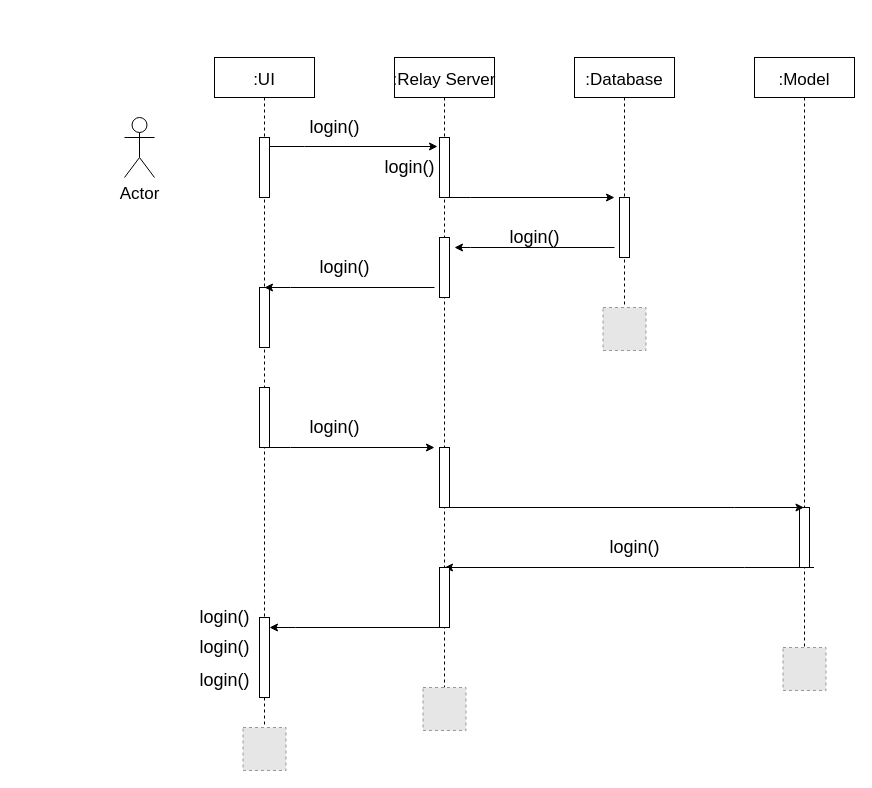
Above: sequence_diagram.drawio in chauchausoup/major_diagrams (draw.io), before the change. Source tidied: cells renumbered, new cells numbered last; positions are measured from the earlier drawing's top-left corner, leaving out a move shared by most shapes. Both pictures are drawn from the tidied source at 100%, with x=0, y=0 at pixel (124, 57). Pictures stored in the file or linked from it are replaced by grey dashed boxes.
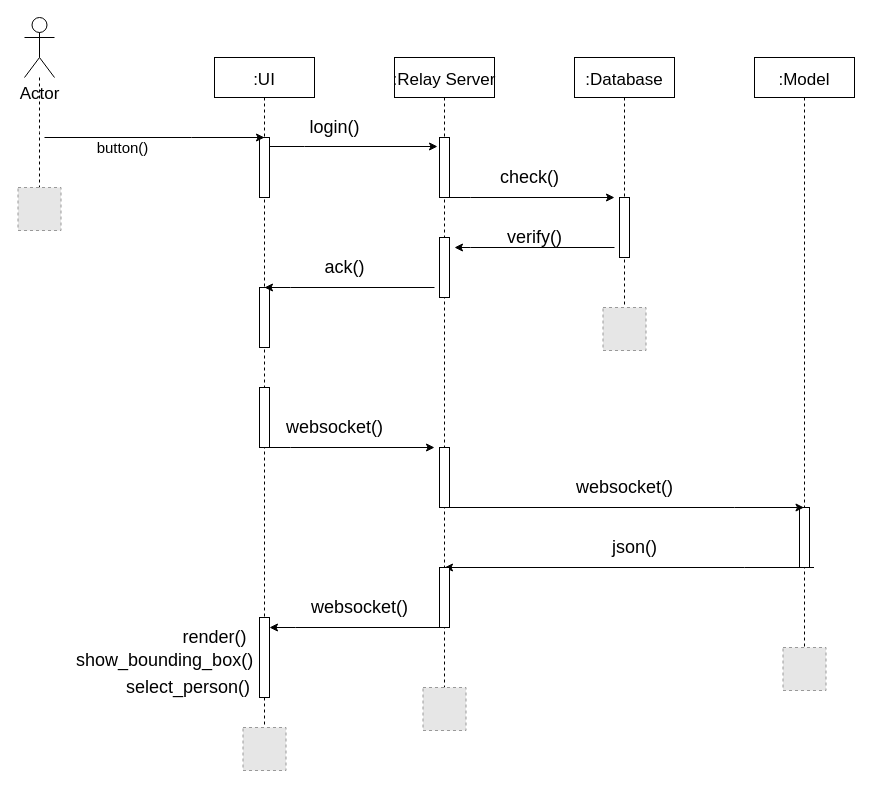
After the change.

The change refers to these unchanged cells:
```xml
<mxCell id="7" value=":Relay Server" style="shape=umlLifeline;perimeter=lifelinePerimeter;rounded=0;shadow=0;strokeWidth=1;fontSize=17;" parent="1" vertex="1">
  <mxGeometry x="270" width="100" height="630" as="geometry" />
</mxCell>
```

The edit, as a diff of the source:
```diff
@@
-    <mxCell id="11" value="&lt;font style=&quot;font-size: 18px&quot;&gt;login()&lt;/font&gt;" style="text;html=1;align=center;verticalAlign=middle;fontSize=15;" parent="7" vertex="1">
-      <mxGeometry x="-15" y="100" width="60" height="20" as="geometry" />
-    </mxCell>
@@
+    <mxCell id="38" style="edgeStyle=orthogonalEdgeStyle;rounded=0;jettySize=auto;html=1;startArrow=none;startFill=0;endArrow=none;endFill=0;strokeWidth=1;fontSize=15;dashed=1;" parent="1" edge="1" source="16">
+      <mxGeometry relative="1" as="geometry">
+        <mxPoint x="-85" y="130" as="targetPoint" />
+      </mxGeometry>
+    </mxCell>
     <mxCell id="16" value="Actor" style="shape=umlActor;verticalLabelPosition=bottom;verticalAlign=top;html=1;outlineConnect=0;strokeWidth=1;fontSize=17;" parent="1" vertex="1">
-      <mxGeometry y="60" width="30" height="60" as="geometry" />
+      <mxGeometry x="-100" y="-40" width="30" height="60" as="geometry" />
     </mxCell>
@@
-    <mxCell id="31" value="&lt;font style=&quot;font-size: 18px&quot;&gt;login()&lt;/font&gt;" style="text;html=1;align=center;verticalAlign=middle;fontSize=15;" parent="1" vertex="1">
+    <mxCell id="31" value="&lt;font style=&quot;font-size: 18px&quot;&gt;json()&lt;/font&gt;" style="text;html=1;align=center;verticalAlign=middle;fontSize=15;" parent="1" vertex="1">
       <mxGeometry x="480" y="480" width="60" height="20" as="geometry" />
     </mxCell>
-    <mxCell id="32" value="&lt;font style=&quot;font-size: 18px&quot;&gt;login()&lt;/font&gt;" style="text;html=1;align=center;verticalAlign=middle;fontSize=15;" parent="1" vertex="1">
-      <mxGeometry x="180" y="360" width="60" height="20" as="geometry" />
+    <mxCell id="32" value="&lt;font style=&quot;font-size: 18px&quot;&gt;websocket()&lt;/font&gt;" style="text;html=1;align=center;verticalAlign=middle;fontSize=15;" parent="1" vertex="1">
+      <mxGeometry x="155" y="360" width="110" height="20" as="geometry" />
     </mxCell>
-    <mxCell id="33" value="&lt;font style=&quot;font-size: 18px&quot;&gt;login()&lt;/font&gt;" style="text;html=1;align=center;verticalAlign=middle;fontSize=15;" parent="1" vertex="1">
+    <mxCell id="33" value="&lt;font style=&quot;font-size: 18px&quot;&gt;ack()&lt;/font&gt;" style="text;html=1;align=center;verticalAlign=middle;fontSize=15;" parent="1" vertex="1">
       <mxGeometry x="190" y="200" width="60" height="20" as="geometry" />
     </mxCell>
-    <mxCell id="34" value="&lt;font style=&quot;font-size: 18px&quot;&gt;login()&lt;/font&gt;" style="text;html=1;align=center;verticalAlign=middle;fontSize=15;" parent="1" vertex="1">
-      <mxGeometry x="380" y="170" width="60" height="20" as="geometry" />
+    <mxCell id="34" value="&lt;font style=&quot;font-size: 18px&quot;&gt;verify()&lt;/font&gt;" style="text;html=1;align=center;verticalAlign=middle;fontSize=15;" parent="1" vertex="1">
+      <mxGeometry x="375" y="170" width="70" height="20" as="geometry" />
     </mxCell>
-    <mxCell id="35" value="&lt;font style=&quot;font-size: 18px&quot;&gt;login()&lt;/font&gt;" style="text;html=1;align=center;verticalAlign=middle;fontSize=15;" parent="1" vertex="1">
-      <mxGeometry x="70" y="613" width="60" height="20" as="geometry" />
+    <mxCell id="35" value="&lt;font style=&quot;font-size: 18px&quot;&gt;select_person()&lt;/font&gt;" style="text;html=1;align=left;verticalAlign=middle;fontSize=15;" parent="1" vertex="1">
+      <mxGeometry y="620" width="140" height="20" as="geometry" />
     </mxCell>
-    <mxCell id="36" value="&lt;font style=&quot;font-size: 18px&quot;&gt;login()&lt;/font&gt;" style="text;html=1;align=center;verticalAlign=middle;fontSize=15;" parent="1" vertex="1">
-      <mxGeometry x="70" y="580" width="60" height="20" as="geometry" />
+    <mxCell id="36" value="&lt;font style=&quot;font-size: 18px&quot;&gt;show_bounding_box()&lt;/font&gt;" style="text;html=1;align=left;verticalAlign=middle;fontSize=15;" parent="1" vertex="1">
+      <mxGeometry x="-50" y="593" width="190" height="20" as="geometry" />
     </mxCell>
-    <mxCell id="37" value="&lt;font style=&quot;font-size: 18px&quot;&gt;login()&lt;/font&gt;" style="text;html=1;align=center;verticalAlign=middle;fontSize=15;" parent="1" vertex="1">
-      <mxGeometry x="70" y="550" width="60" height="20" as="geometry" />
+    <mxCell id="37" value="&lt;font style=&quot;font-size: 18px&quot;&gt;render()&lt;/font&gt;" style="text;html=1;align=center;verticalAlign=middle;fontSize=15;" parent="1" vertex="1">
+      <mxGeometry x="50" y="570" width="80" height="20" as="geometry" />
     </mxCell>
+    <mxCell id="11" value="&lt;font style=&quot;font-size: 18px&quot;&gt;check()&lt;/font&gt;" style="text;html=1;align=center;verticalAlign=middle;fontSize=15;" parent="1" vertex="1">
+      <mxGeometry x="370" y="110" width="70" height="20" as="geometry" />
+    </mxCell>
+    <mxCell id="39" value="&lt;font style=&quot;font-size: 18px&quot;&gt;websocket()&lt;/font&gt;" style="text;html=1;align=center;verticalAlign=middle;fontSize=15;" parent="1" vertex="1">
+      <mxGeometry x="445" y="420" width="110" height="20" as="geometry" />
+    </mxCell>
+    <mxCell id="40" value="&lt;font style=&quot;font-size: 18px&quot;&gt;websocket()&lt;/font&gt;" style="text;html=1;align=center;verticalAlign=middle;fontSize=15;" parent="1" vertex="1">
+      <mxGeometry x="180" y="540" width="110" height="20" as="geometry" />
+    </mxCell>
+    <mxCell id="41" style="edgeStyle=orthogonalEdgeStyle;rounded=0;orthogonalLoop=1;jettySize=auto;html=1;fontSize=17;strokeWidth=1;" parent="1" edge="1">
+      <mxGeometry relative="1" as="geometry">
+        <mxPoint x="-80" y="80" as="sourcePoint" />
+        <mxPoint x="140" y="80" as="targetPoint" />
+        <Array as="points">
+          <mxPoint x="67" y="80" />
+          <mxPoint x="67" y="80" />
+        </Array>
+      </mxGeometry>
+    </mxCell>
+    <mxCell id="42" value="button()" style="edgeLabel;html=1;align=center;verticalAlign=middle;fontSize=15;" parent="41" vertex="1">
+      <mxGeometry x="-0.3" y="-9" relative="1" as="geometry" />
+    </mxCell>
+    <mxCell id="43" style="fillColor=#E6E6E6;strokeColor=#999999;dashed=1;html=1;verticalAlign=top;verticalLabelPosition=bottom;labelBackgroundColor=#ffffff;fontSize=15;" parent="1" vertex="1">
+      <mxGeometry x="-106.5" y="130" width="43" height="43" as="geometry" />
+    </mxCell>
```
